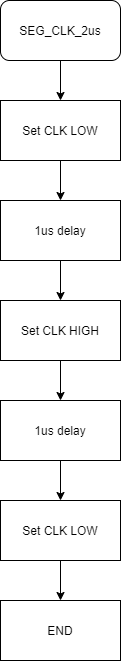
unaxlasa/Digital-electronics-2 keeps this draw.io diagram as Lab/05-Segments/Assigment5.drawio.png. Above is the earlier version. Source tidied: cells renumbered, new cells last; positions are measured from the earlier drawing's top-left corner, leaving out a move shared by most shapes.
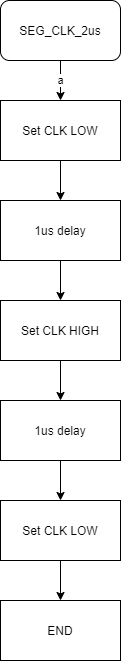
The same diagram one commit later.

The edit, as a diff of the source:
```diff
@@ -2,7 +2,7 @@
   <root>
     <mxCell id="0" />
     <mxCell id="1" parent="0" />
-    <mxCell id="2" style="edgeStyle=orthogonalEdgeStyle;rounded=0;jettySize=auto;html=1;" parent="1" edge="1" source="3" target="5">
+    <mxCell id="2" value="a" style="edgeStyle=orthogonalEdgeStyle;rounded=0;jettySize=auto;html=1;" parent="1" edge="1" source="3" target="5">
       <mxGeometry relative="1" as="geometry" />
     </mxCell>
     <mxCell id="3" value="SEG_CLK_2us" style="rounded=1;whiteSpace=wrap;html=1;" parent="1" vertex="1">
```
